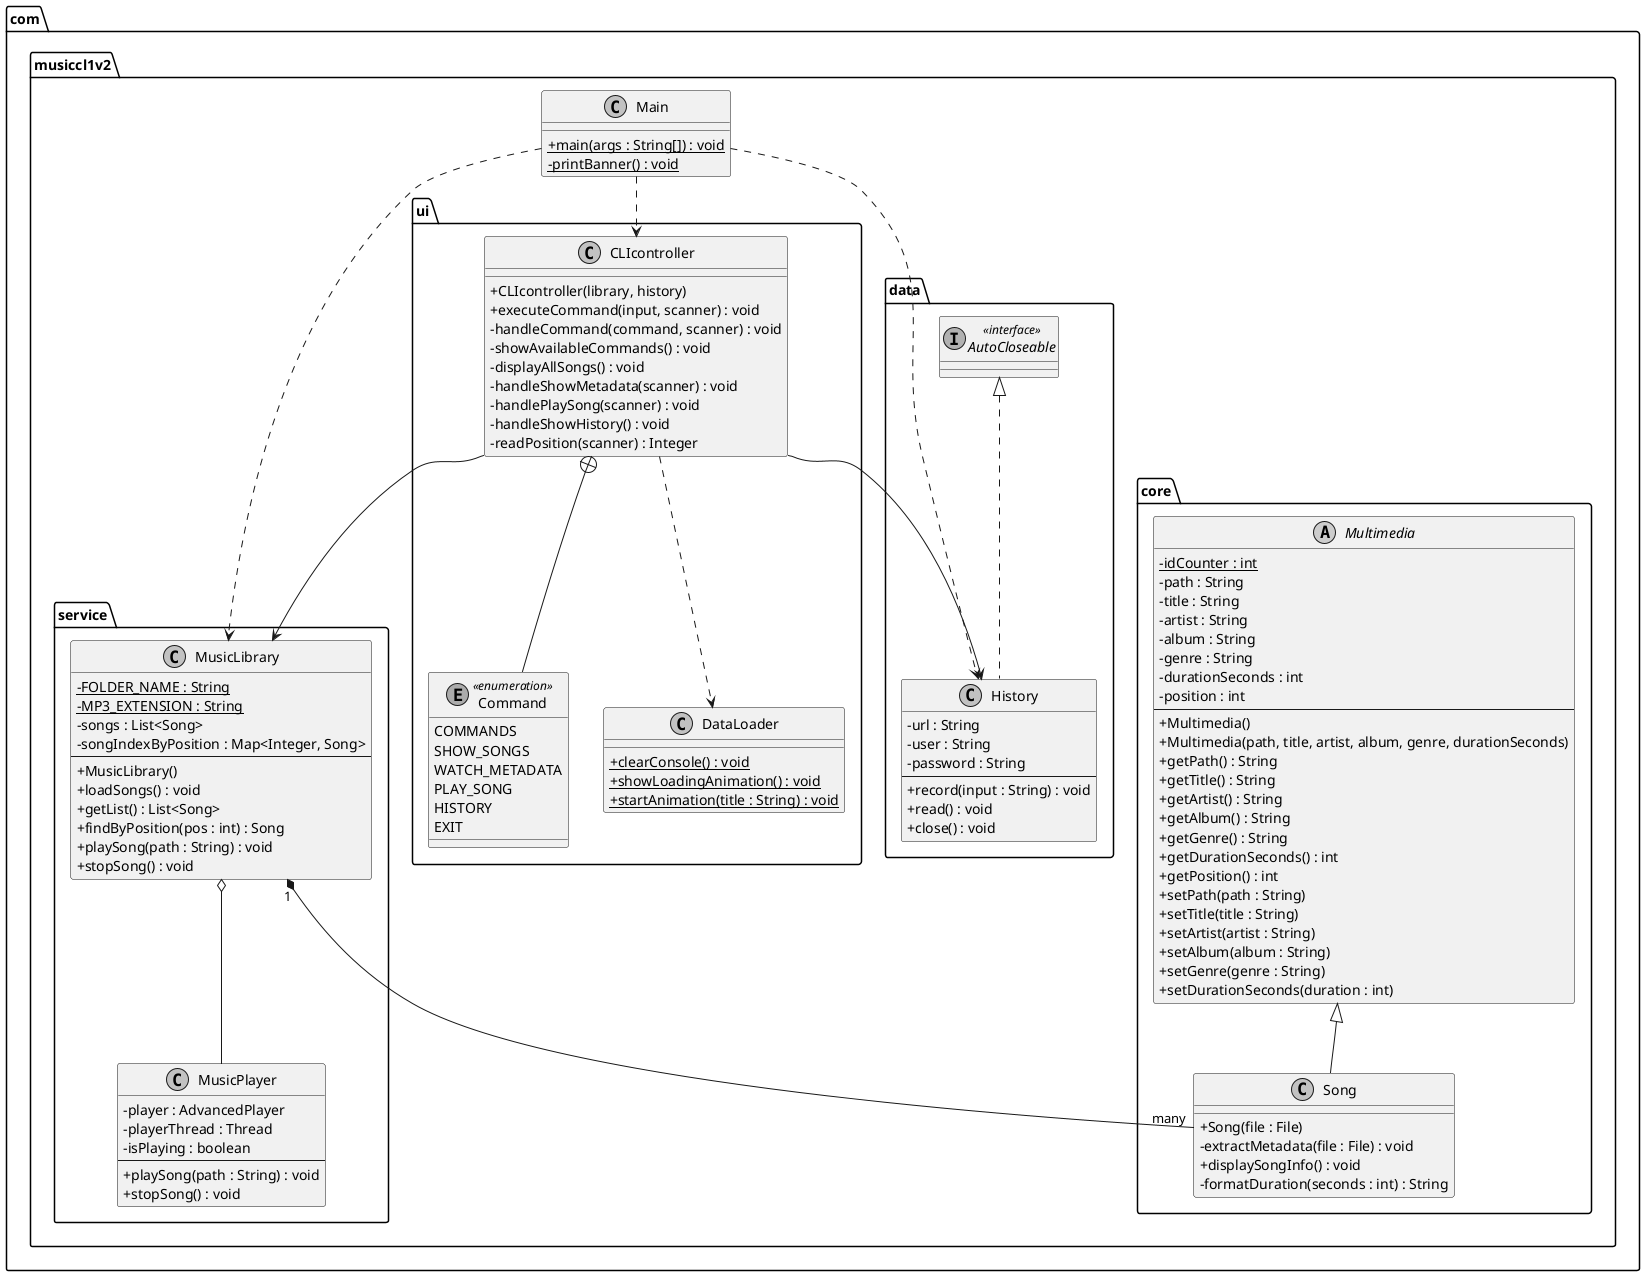
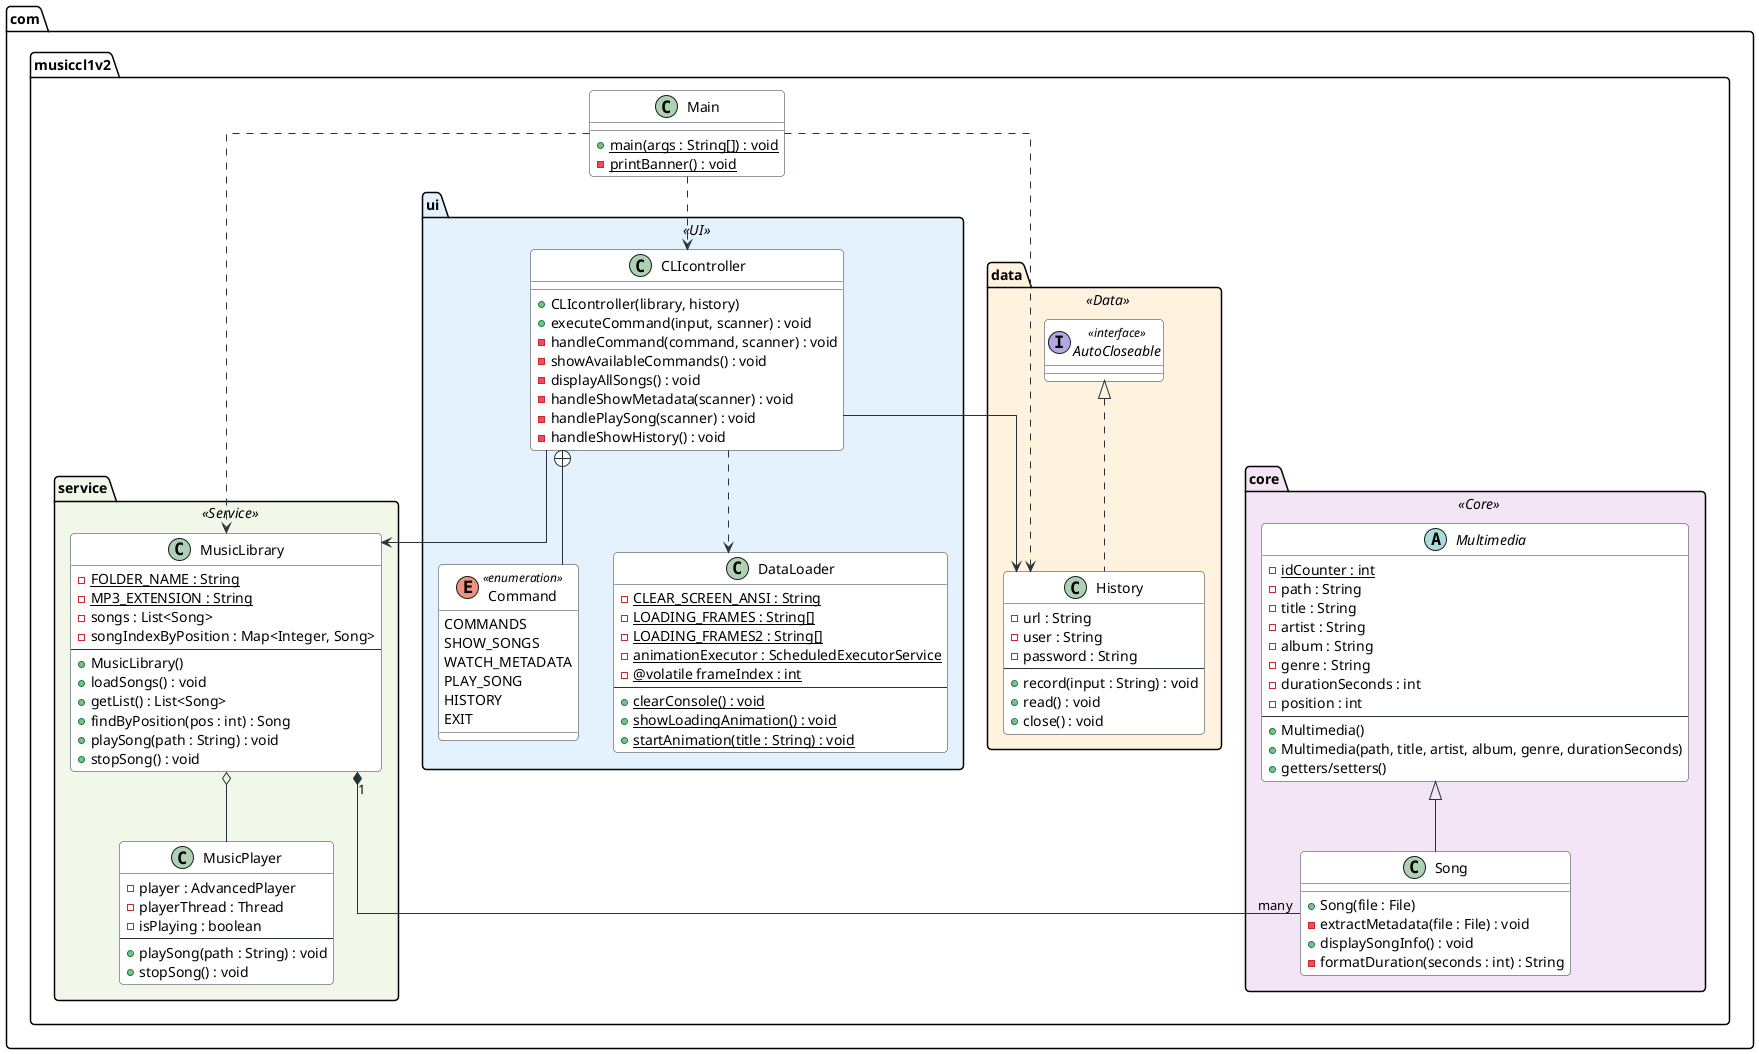
@startuml
- skinparam classAttributeIconSize 0
- skinparam monochrome true
+ ' --- Configuración Visual ---
+ skinparam theme plain
skinparam shadowing false
+ skinparam roundcorner 8
+ skinparam linetype ortho
+ skinparam fontname "Segoe UI"
+ skinparam class {
+     BackgroundColor White
+     ArrowColor #263238
+     BorderColor #263238
+ }

- package "com.musiccl1v2.core" {
+ ' --- Colores por Capa ---
+ skinparam package {
+     BackgroundColor<<UI>> #E3F2FD
+     BackgroundColor<<Service>> #F1F8E9
+     BackgroundColor<<Data>> #FFF3E0
+     BackgroundColor<<Core>> #F3E5F5
+ }
+ 
+ package "com.musiccl1v2.core" <<Core>> {
    abstract class Multimedia {
        - {static} idCounter : int
        - path : String
        - title : String
        - artist : String
        - album : String
        - genre : String
        - durationSeconds : int
        - position : int
        --
        + Multimedia()
        + Multimedia(path, title, artist, album, genre, durationSeconds)
-         + getPath() : String
-         + getTitle() : String
-         + getArtist() : String
-         + getAlbum() : String
-         + getGenre() : String
-         + getDurationSeconds() : int
-         + getPosition() : int
-         + setPath(path : String)
-         + setTitle(title : String)
-         + setArtist(artist : String)
-         + setAlbum(album : String)
-         + setGenre(genre : String)
-         + setDurationSeconds(duration : int)
+         + getters/setters()
    }

    class Song {
        + Song(file : File)
        - extractMetadata(file : File) : void
        + displaySongInfo() : void
        - formatDuration(seconds : int) : String
    }

    Multimedia <|-- Song
}

- package "com.musiccl1v2.data" {
+ package "com.musiccl1v2.data" <<Data>> {
    class History {
        - url : String
        - user : String
        - password : String
        --
        + record(input : String) : void
        + read() : void
        + close() : void
    }
    interface AutoCloseable <<interface>>
    AutoCloseable <|.. History
}

- package "com.musiccl1v2.service" {
+ package "com.musiccl1v2.service" <<Service>> {
    class MusicLibrary {
        - {static} FOLDER_NAME : String
        - {static} MP3_EXTENSION : String
        - songs : List<Song>
        - songIndexByPosition : Map<Integer, Song>
        --
        + MusicLibrary()
        + loadSongs() : void
        + getList() : List<Song>
        + findByPosition(pos : int) : Song
        + playSong(path : String) : void
        + stopSong() : void
    }

    class MusicPlayer {
        - player : AdvancedPlayer
        - playerThread : Thread
        - isPlaying : boolean
        --
        + playSong(path : String) : void
        + stopSong() : void
    }

    MusicLibrary o-- MusicPlayer
-     MusicLibrary "1" *-- "many" com.musiccl1v2.core.Song
+     MusicLibrary "1" *-- "many" Song
}

- package "com.musiccl1v2.ui" {
+ package "com.musiccl1v2.ui" <<UI>> {
    class CLIcontroller {
        + CLIcontroller(library, history)
        + executeCommand(input, scanner) : void
        - handleCommand(command, scanner) : void
        - showAvailableCommands() : void
        - displayAllSongs() : void
        - handleShowMetadata(scanner) : void
        - handlePlaySong(scanner) : void
        - handleShowHistory() : void
-         - readPosition(scanner) : Integer
    }

    enum Command <<enumeration>> {
        COMMANDS
        SHOW_SONGS
        WATCH_METADATA
        PLAY_SONG
        HISTORY
        EXIT
    }

    class DataLoader {
+         - {static} CLEAR_SCREEN_ANSI : String
+         - {static} LOADING_FRAMES : String[]
+         - {static} LOADING_FRAMES2 : String[]
+         - {static} animationExecutor : ScheduledExecutorService
+         - {static} @volatile frameIndex : int
+         --
        + {static} clearConsole() : void
        + {static} showLoadingAnimation() : void
        + {static} startAnimation(title : String) : void
    }

    CLIcontroller +-- Command
-     CLIcontroller --> com.musiccl1v2.service.MusicLibrary
-     CLIcontroller --> com.musiccl1v2.data.History
+     CLIcontroller --> MusicLibrary
+     CLIcontroller --> History
    CLIcontroller ..> DataLoader
}

package "com.musiccl1v2" {
    class Main {
        + {static} main(args : String[]) : void
        - {static} printBanner() : void
    }

-     Main ..> com.musiccl1v2.ui.CLIcontroller
-     Main ..> com.musiccl1v2.service.MusicLibrary
-     Main ..> com.musiccl1v2.data.History
+     Main ..> CLIcontroller
+     Main ..> MusicLibrary
+     Main ..> History
}

@enduml